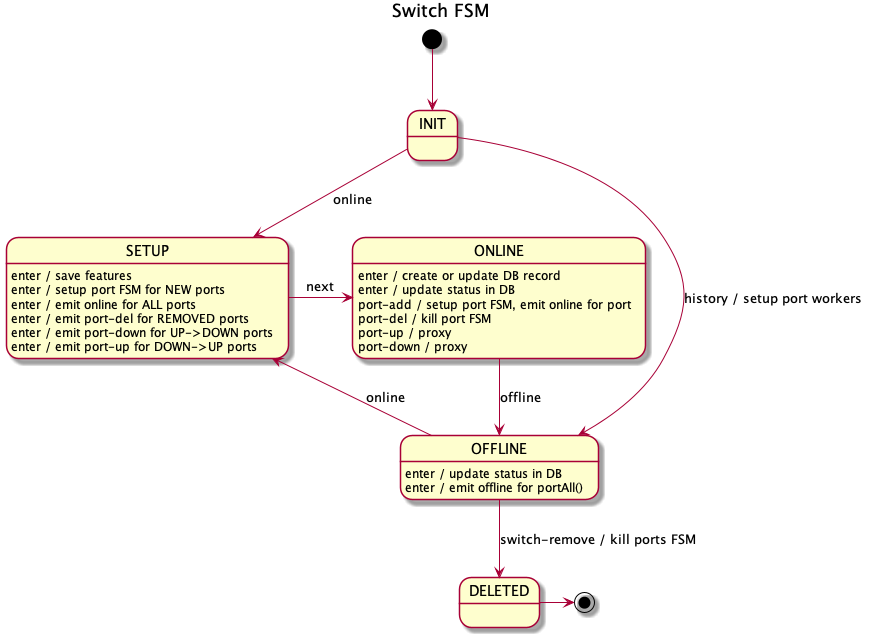
Earlier version of the PlantUML export docs/design/network-discovery/switch-FSM.png (telstra/open-kilda).
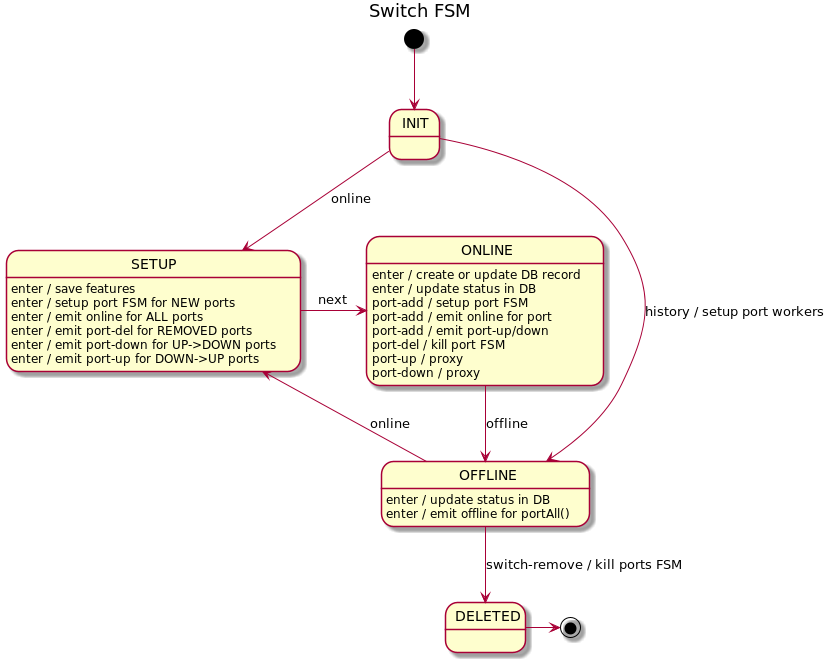
Above is the later version.

Commit message:
Propogate link status together with PORT_ADD event

Diff of the diagram source:
```diff
@@ -16,7 +16,9 @@
 
 ONLINE : enter / create or update DB record
 ONLINE : enter / update status in DB
-ONLINE : port-add / setup port FSM, emit online for port
+ONLINE : port-add / setup port FSM
+ONLINE : port-add / emit online for port
+ONLINE : port-add / emit port-up/down
 ONLINE : port-del / kill port FSM
 ONLINE : port-up / proxy
 ONLINE : port-down / proxy
```
